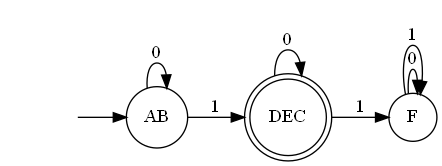
The Graphviz diagram tfm/static/imagem/AFD_MIN.gv.png in LPfontes/projeto_ling_formal, before a commit. Its source is kept beside it as tfm/static/imagem/AFD_MIN.gv.
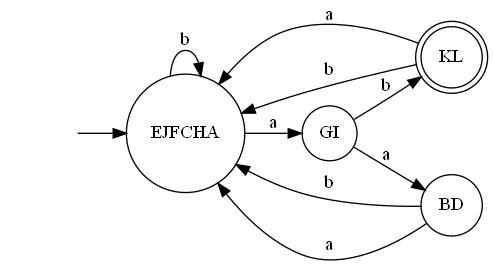
The same diagram one commit later.

Diff of the diagram source:
```diff
@@ -1,14 +1,17 @@
 digraph "tfm\static\imagem\AFD_MIN" {
 	graph [rankdir=LR]
 	"" [label="" shape=plaintext]
-	DEC [label=DEC shape=doublecircle]
-	AB [label=AB shape=circle]
-	F [label=F shape=circle]
-	"" -> AB [label=""]
-	AB -> AB [label=0]
-	AB -> DEC [label=1]
-	DEC -> DEC [label=0]
-	DEC -> F [label=1]
-	F -> F [label=0]
-	F -> F [label=1]
+	KL [label=KL shape=doublecircle]
+	BD [label=BD shape=circle]
+	GI [label=GI shape=circle]
+	EJFCHA [label=EJFCHA shape=circle]
+	"" -> EJFCHA [label=""]
+	EJFCHA -> GI [label=a]
+	EJFCHA -> EJFCHA [label=b]
+	BD -> EJFCHA [label=a]
+	BD -> EJFCHA [label=b]
+	GI -> BD [label=a]
+	GI -> KL [label=b]
+	KL -> EJFCHA [label=a]
+	KL -> EJFCHA [label=b]
 }
```
